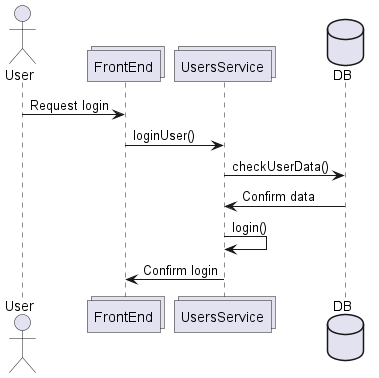
Before: images/Login diagram.png, a diagram exported from PlantUML (UO289930/wiq_en3a).
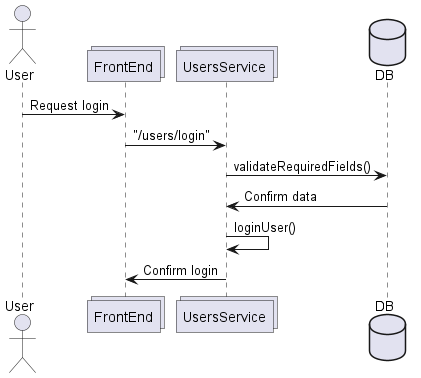
Later version of the same file.

Change to the diagram source:
```diff
@@ -5,9 +5,9 @@
 database DB
 
 User -> FrontEnd: Request login
-FrontEnd -> UsersService: loginUser()
-UsersService  -> DB: checkUserData()
+FrontEnd -> UsersService: "/users/login"
+UsersService  -> DB: validateRequiredFields()
 DB -> UsersService: Confirm data
-UsersService -> UsersService: login()
+UsersService -> UsersService: loginUser()
 UsersService -> FrontEnd: Confirm login
 @enduml
```
